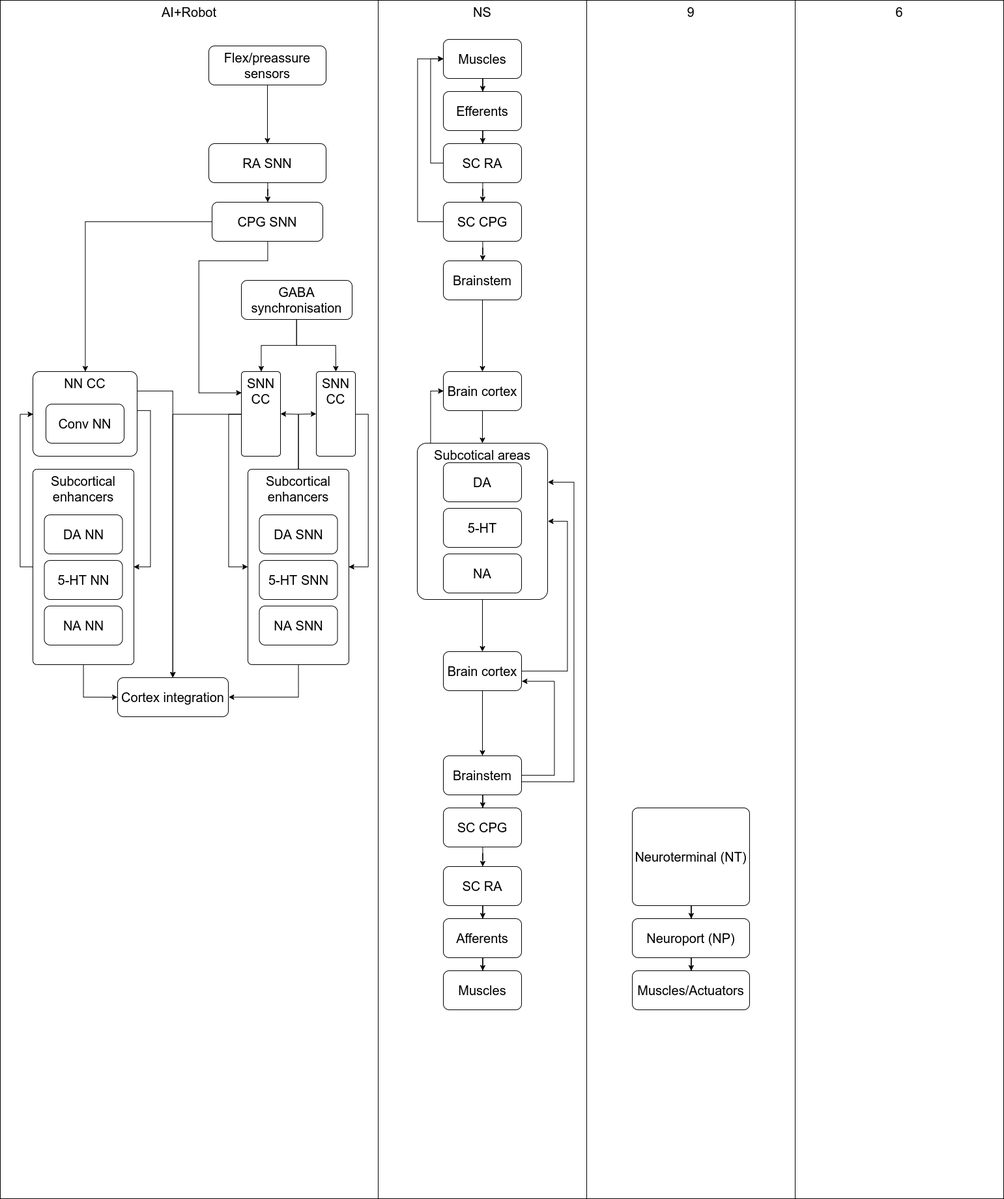
Before: doc/diagram/9_mapping_neural_correlate_AI.png, a diagram exported from draw.io (research-team/memristive-spinal-cord). Source tidied: cells renumbered, new cells last; positions are measured from the earlier drawing's top-left corner, leaving out a move shared by most shapes.
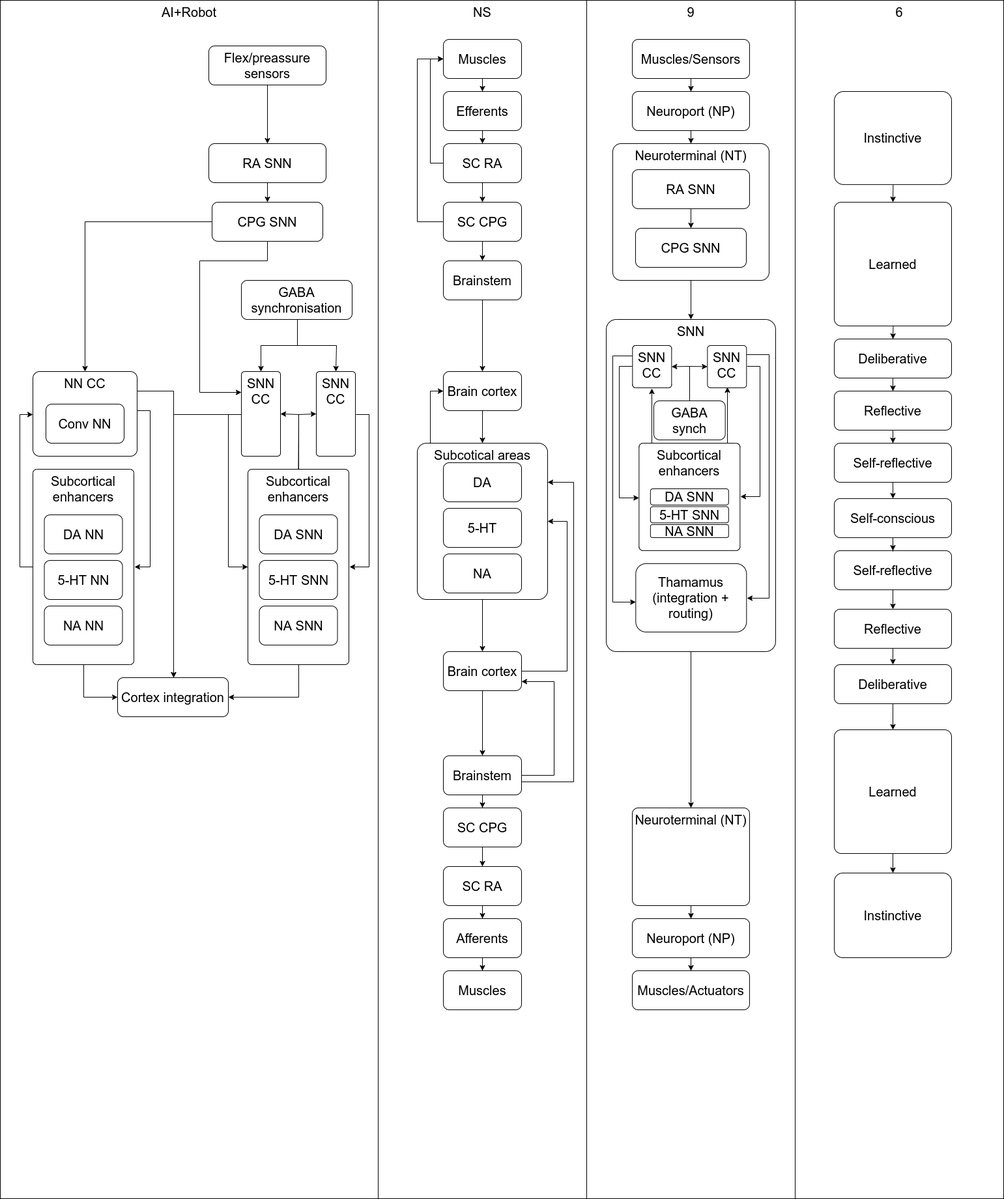
After the change.

Commit message:
completed 9 mapping

The edit, as a diff of the source:
```diff
@@ -161,7 +161,7 @@
     <mxCell id="43" style="edgeStyle=orthogonalEdgeStyle;rounded=0;jettySize=auto;html=1;fontSize=20;" parent="6" edge="1" source="44" target="46">
       <mxGeometry relative="1" as="geometry" />
     </mxCell>
-    <mxCell id="44" value="Neuroterminal (NT)" style="rounded=1;whiteSpace=wrap;html=1;fontSize=20;arcSize=6;" parent="6" vertex="1">
+    <mxCell id="44" value="Neuroterminal (NT)" style="rounded=1;whiteSpace=wrap;html=1;fontSize=20;arcSize=6;verticalAlign=top;" parent="6" vertex="1">
       <mxGeometry x="970" y="1240" width="180" height="150" as="geometry" />
     </mxCell>
     <mxCell id="45" style="edgeStyle=orthogonalEdgeStyle;rounded=0;jettySize=auto;html=1;fontSize=20;" parent="6" edge="1" source="46" target="47">
@@ -295,5 +295,186 @@
     <mxCell id="78" style="edgeStyle=orthogonalEdgeStyle;rounded=0;jettySize=auto;html=1;fontSize=20;" parent="6" edge="1" source="42" target="77">
       <mxGeometry relative="1" as="geometry" />
     </mxCell>
+    <mxCell id="79" style="edgeStyle=orthogonalEdgeStyle;rounded=0;jettySize=auto;html=1;fontSize=20;" parent="6" edge="1" source="81" target="80">
+      <mxGeometry relative="1" as="geometry" />
+    </mxCell>
+    <mxCell id="80" value="Instinctive" style="rounded=1;whiteSpace=wrap;html=1;fontSize=20;arcSize=10;" parent="6" vertex="1">
+      <mxGeometry x="1280" y="1340" width="180" height="130" as="geometry" />
+    </mxCell>
+    <mxCell id="81" value="Learned" style="rounded=1;whiteSpace=wrap;html=1;fontSize=20;arcSize=6;" parent="6" vertex="1">
+      <mxGeometry x="1280" y="1120" width="180" height="190" as="geometry" />
+    </mxCell>
+    <mxCell id="82" style="edgeStyle=orthogonalEdgeStyle;rounded=0;jettySize=auto;html=1;entryX=0.5;entryY=0;entryDx=0;entryDy=0;fontSize=20;" parent="6" edge="1" source="92" target="81">
+      <mxGeometry relative="1" as="geometry" />
+    </mxCell>
+    <mxCell id="83" value="Reflective" style="rounded=1;whiteSpace=wrap;html=1;fontSize=20;" parent="6" vertex="1">
+      <mxGeometry x="1280" y="934.9" width="180" height="60" as="geometry" />
+    </mxCell>
+    <mxCell id="84" style="edgeStyle=orthogonalEdgeStyle;rounded=0;jettySize=auto;html=1;entryX=0.5;entryY=0;entryDx=0;entryDy=0;fontSize=20;" parent="6" edge="1" source="85" target="83">
+      <mxGeometry relative="1" as="geometry" />
+    </mxCell>
+    <mxCell id="85" value="Self-reflective" style="rounded=1;whiteSpace=wrap;html=1;fontSize=20;" parent="6" vertex="1">
+      <mxGeometry x="1280" y="845.1" width="180" height="60" as="geometry" />
+    </mxCell>
+    <mxCell id="86" style="edgeStyle=orthogonalEdgeStyle;rounded=0;jettySize=auto;html=1;fontSize=20;" parent="6" edge="1" source="87" target="85">
+      <mxGeometry relative="1" as="geometry" />
+    </mxCell>
+    <mxCell id="87" value="Self-conscious" style="rounded=1;whiteSpace=wrap;html=1;fontSize=20;" parent="6" vertex="1">
+      <mxGeometry x="1280" y="765.1" width="180" height="60" as="geometry" />
+    </mxCell>
+    <mxCell id="88" style="edgeStyle=orthogonalEdgeStyle;rounded=0;jettySize=auto;html=1;fontSize=20;" parent="6" edge="1" source="89" target="87">
+      <mxGeometry relative="1" as="geometry" />
+    </mxCell>
+    <mxCell id="89" value="Self-reflective" style="rounded=1;whiteSpace=wrap;html=1;fontSize=20;" parent="6" vertex="1">
+      <mxGeometry x="1280" y="680" width="180" height="60" as="geometry" />
+    </mxCell>
+    <mxCell id="90" style="edgeStyle=orthogonalEdgeStyle;rounded=0;jettySize=auto;html=1;fontSize=20;" parent="6" edge="1" source="91" target="89">
+      <mxGeometry relative="1" as="geometry" />
+    </mxCell>
+    <mxCell id="91" value="Reflective" style="rounded=1;whiteSpace=wrap;html=1;fontSize=20;" parent="6" vertex="1">
+      <mxGeometry x="1280" y="600" width="180" height="60" as="geometry" />
+    </mxCell>
+    <mxCell id="92" value="Deliberative" style="rounded=1;whiteSpace=wrap;html=1;fontSize=20;" parent="6" vertex="1">
+      <mxGeometry x="1280" y="1020" width="180" height="60" as="geometry" />
+    </mxCell>
+    <mxCell id="93" style="edgeStyle=orthogonalEdgeStyle;rounded=0;jettySize=auto;html=1;entryX=0.5;entryY=0;entryDx=0;entryDy=0;fontSize=20;" parent="6" edge="1" source="83" target="92">
+      <mxGeometry relative="1" as="geometry" />
+    </mxCell>
+    <mxCell id="94" style="edgeStyle=orthogonalEdgeStyle;rounded=0;jettySize=auto;html=1;entryX=0.5;entryY=0;entryDx=0;entryDy=0;fontSize=20;" parent="6" edge="1" source="95" target="91">
+      <mxGeometry relative="1" as="geometry" />
+    </mxCell>
+    <mxCell id="95" value="Deliberative" style="rounded=1;whiteSpace=wrap;html=1;fontSize=20;" parent="6" vertex="1">
+      <mxGeometry x="1280" y="520" width="180" height="60" as="geometry" />
+    </mxCell>
+    <mxCell id="96" style="edgeStyle=orthogonalEdgeStyle;rounded=0;jettySize=auto;html=1;fontSize=20;" parent="6" edge="1" target="95">
+      <mxGeometry relative="1" as="geometry">
+        <mxPoint x="1370.4" y="500" as="sourcePoint" />
+      </mxGeometry>
+    </mxCell>
+    <mxCell id="97" style="edgeStyle=orthogonalEdgeStyle;rounded=0;orthogonalLoop=1;jettySize=auto;html=1;fontSize=20;" parent="6" edge="1">
+      <mxGeometry relative="1" as="geometry">
+        <mxPoint x="1370.4" y="280" as="sourcePoint" />
+        <mxPoint x="1370.4" y="310" as="targetPoint" />
+      </mxGeometry>
+    </mxCell>
+    <mxCell id="98" value="Instinctive" style="rounded=1;whiteSpace=wrap;html=1;fontSize=20;arcSize=10;" parent="6" vertex="1">
+      <mxGeometry x="1280" y="140" width="180" height="142.9" as="geometry" />
+    </mxCell>
+    <mxCell id="99" value="Learned" style="rounded=1;whiteSpace=wrap;html=1;fontSize=20;arcSize=6;" parent="6" vertex="1">
+      <mxGeometry x="1280" y="310" width="180" height="190" as="geometry" />
+    </mxCell>
+    <mxCell id="100" style="edgeStyle=orthogonalEdgeStyle;rounded=0;jettySize=auto;html=1;fontSize=20;" parent="6" edge="1" source="101" target="107">
+      <mxGeometry relative="1" as="geometry" />
+    </mxCell>
+    <mxCell id="101" value="Neuroterminal (NT)" style="rounded=1;whiteSpace=wrap;html=1;fontSize=20;arcSize=6;verticalAlign=top;" parent="6" vertex="1">
+      <mxGeometry x="940" y="220" width="240" height="210" as="geometry" />
+    </mxCell>
+    <mxCell id="102" style="edgeStyle=orthogonalEdgeStyle;rounded=0;jettySize=auto;html=1;fontSize=20;" parent="6" edge="1" source="103" target="101">
+      <mxGeometry relative="1" as="geometry" />
+    </mxCell>
+    <mxCell id="103" value="Neuroport (NP)" style="rounded=1;whiteSpace=wrap;html=1;fontSize=20;" parent="6" vertex="1">
+      <mxGeometry x="970" y="140" width="180" height="60" as="geometry" />
+    </mxCell>
+    <mxCell id="104" style="edgeStyle=orthogonalEdgeStyle;rounded=0;jettySize=auto;html=1;entryX=0.5;entryY=0;entryDx=0;entryDy=0;fontSize=20;" parent="6" edge="1" source="105" target="103">
+      <mxGeometry relative="1" as="geometry" />
+    </mxCell>
+    <mxCell id="105" value="Muscles/Sensors" style="rounded=1;whiteSpace=wrap;html=1;fontSize=20;" parent="6" vertex="1">
+      <mxGeometry x="970" y="60" width="180" height="60" as="geometry" />
+    </mxCell>
+    <mxCell id="106" style="edgeStyle=orthogonalEdgeStyle;rounded=0;jettySize=auto;html=1;fontSize=20;" parent="6" edge="1" source="107" target="44">
+      <mxGeometry relative="1" as="geometry" />
+    </mxCell>
+    <mxCell id="107" value="SNN" style="rounded=1;whiteSpace=wrap;html=1;fontSize=20;arcSize=6;verticalAlign=top;" parent="6" vertex="1">
+      <mxGeometry x="930" y="490" width="260" height="510" as="geometry" />
+    </mxCell>
+    <mxCell id="108" style="edgeStyle=orthogonalEdgeStyle;rounded=0;jettySize=auto;html=1;fontSize=20;" parent="6" edge="1" source="124" target="122">
+      <mxGeometry relative="1" as="geometry" />
+    </mxCell>
+    <mxCell id="109" style="edgeStyle=orthogonalEdgeStyle;rounded=0;jettySize=auto;html=1;fontSize=20;exitX=0;exitY=0.5;exitDx=0;exitDy=0;" parent="6" edge="1" source="113" target="111">
+      <mxGeometry relative="1" as="geometry">
+        <Array as="points">
+          <mxPoint x="950" y="561.9" />
+          <mxPoint x="950" y="764.9" />
+        </Array>
+      </mxGeometry>
+    </mxCell>
+    <mxCell id="110" style="edgeStyle=orthogonalEdgeStyle;rounded=0;jettySize=auto;html=1;fontSize=20;entryX=0.5;entryY=1;entryDx=0;entryDy=0;" parent="6" edge="1" source="111" target="121">
+      <mxGeometry relative="1" as="geometry">
+        <Array as="points">
+          <mxPoint x="1115" y="664.9" />
+          <mxPoint x="1115" y="664.9" />
+        </Array>
+      </mxGeometry>
+    </mxCell>
+    <mxCell id="111" value="Subcortical enhancers" style="rounded=1;whiteSpace=wrap;html=1;fontSize=20;verticalAlign=top;arcSize=4;" parent="6" vertex="1">
+      <mxGeometry x="980.3" y="680" width="155" height="164.9" as="geometry" />
+    </mxCell>
+    <mxCell id="112" style="edgeStyle=orthogonalEdgeStyle;rounded=0;jettySize=auto;html=1;entryX=1;entryY=0.5;entryDx=0;entryDy=0;fontSize=20;exitX=1;exitY=0.5;exitDx=0;exitDy=0;" parent="6" edge="1" source="121" target="111">
+      <mxGeometry relative="1" as="geometry">
+        <Array as="points">
+          <mxPoint x="1165" y="561.9" />
+          <mxPoint x="1165" y="761.9" />
+        </Array>
+      </mxGeometry>
+    </mxCell>
+    <mxCell id="113" value="SNN CC" style="rounded=1;whiteSpace=wrap;html=1;fontSize=20;verticalAlign=top;arcSize=8;" parent="6" vertex="1">
+      <mxGeometry x="970.3" y="530" width="60" height="64.9" as="geometry" />
+    </mxCell>
+    <mxCell id="114" style="edgeStyle=orthogonalEdgeStyle;rounded=0;jettySize=auto;html=1;fontSize=20;entryX=1;entryY=0.5;entryDx=0;entryDy=0;" parent="6" edge="1" source="116" target="113">
+      <mxGeometry relative="1" as="geometry" />
+    </mxCell>
+    <mxCell id="115" style="edgeStyle=orthogonalEdgeStyle;rounded=0;jettySize=auto;html=1;entryX=0;entryY=0.5;entryDx=0;entryDy=0;fontSize=20;" parent="6" edge="1" source="116" target="121">
+      <mxGeometry relative="1" as="geometry" />
+    </mxCell>
+    <mxCell id="116" value="GABA synch" style="rounded=1;whiteSpace=wrap;html=1;fontSize=20;" parent="6" vertex="1">
+      <mxGeometry x="1003" y="614.9" width="109.7" height="60" as="geometry" />
+    </mxCell>
+    <mxCell id="117" value="DA SNN" style="rounded=1;whiteSpace=wrap;html=1;fontSize=20;" parent="6" vertex="1">
+      <mxGeometry x="997.8" y="750" width="120" height="24.9" as="geometry" />
+    </mxCell>
+    <mxCell id="118" value="5-HT SNN" style="rounded=1;whiteSpace=wrap;html=1;fontSize=20;" parent="6" vertex="1">
+      <mxGeometry x="997.8" y="777.4" width="120" height="24.9" as="geometry" />
+    </mxCell>
+    <mxCell id="119" value="NA SNN" style="rounded=1;whiteSpace=wrap;html=1;fontSize=20;" parent="6" vertex="1">
+      <mxGeometry x="997.8" y="804.9" width="120" height="20" as="geometry" />
+    </mxCell>
+    <mxCell id="120" style="edgeStyle=orthogonalEdgeStyle;rounded=0;jettySize=auto;html=1;entryX=1;entryY=0.5;entryDx=0;entryDy=0;fontSize=20;" parent="6" edge="1" source="121" target="123">
+      <mxGeometry relative="1" as="geometry">
+        <Array as="points">
+          <mxPoint x="1180" y="544.9" />
+          <mxPoint x="1180" y="917.9" />
+        </Array>
+      </mxGeometry>
+    </mxCell>
+    <mxCell id="121" value="SNN CC" style="rounded=1;whiteSpace=wrap;html=1;fontSize=20;verticalAlign=top;arcSize=8;" parent="6" vertex="1">
+      <mxGeometry x="1085.3" y="530" width="60" height="64.9" as="geometry" />
+    </mxCell>
+    <mxCell id="122" value="CPG SNN" style="rounded=1;whiteSpace=wrap;html=1;fontSize=20;" parent="6" vertex="1">
+      <mxGeometry x="975" y="350" width="170" height="60" as="geometry" />
+    </mxCell>
+    <mxCell id="123" value="Thamamus (integration + routing)" style="rounded=1;whiteSpace=wrap;html=1;fontSize=20;" parent="6" vertex="1">
+      <mxGeometry x="975.3" y="864.9" width="170" height="105" as="geometry" />
+    </mxCell>
+    <mxCell id="124" value="RA SNN" style="rounded=1;whiteSpace=wrap;html=1;fontSize=20;" parent="6" vertex="1">
+      <mxGeometry x="970" y="260" width="180" height="60" as="geometry" />
+    </mxCell>
+    <mxCell id="125" style="edgeStyle=orthogonalEdgeStyle;rounded=0;orthogonalLoop=1;jettySize=auto;html=1;fontSize=20;entryX=0.5;entryY=1;entryDx=0;entryDy=0;" parent="6" edge="1">
+      <mxGeometry relative="1" as="geometry">
+        <mxPoint x="1000.2" y="680.1" as="sourcePoint" />
+        <mxPoint x="1000.2" y="595" as="targetPoint" />
+        <Array as="points">
+          <mxPoint x="999.8" y="665" />
+          <mxPoint x="999.8" y="665" />
+        </Array>
+      </mxGeometry>
+    </mxCell>
+    <mxCell id="126" style="edgeStyle=orthogonalEdgeStyle;rounded=0;jettySize=auto;html=1;fontSize=20;exitX=0;exitY=0.25;exitDx=0;exitDy=0;" parent="6" edge="1" source="113" target="123">
+      <mxGeometry relative="1" as="geometry">
+        <Array as="points">
+          <mxPoint x="940" y="545.9" />
+          <mxPoint x="940" y="924.9" />
+        </Array>
+      </mxGeometry>
+    </mxCell>
   </root>
 </mxGraphModel>
```
